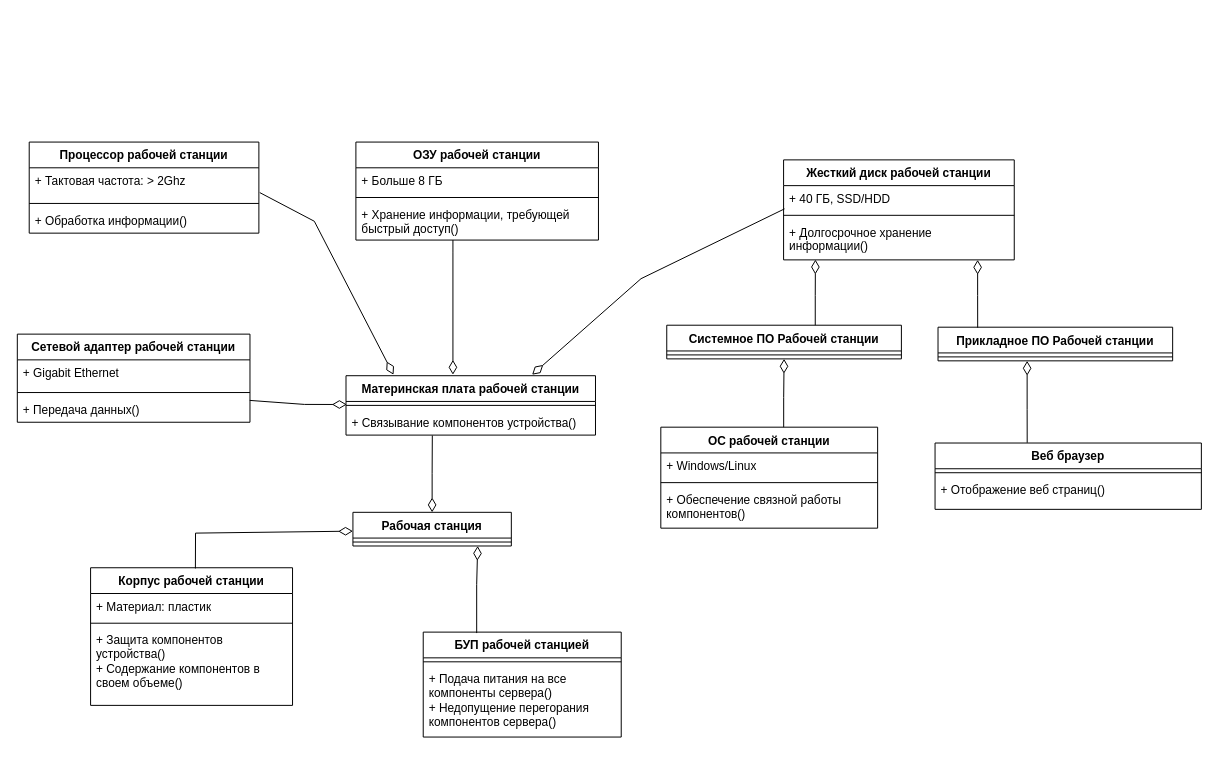
hiff0/db-city-council keeps this draw.io diagram as Определение проекта АИС "Рабочая станция".drawio. Above is the earlier version. Source tidied: cells renumbered, new cells numbered last; positions are measured from the earlier drawing's top-left corner, leaving out a move shared by most shapes. Both pictures are drawn from the tidied source at 99%, with x=0, y=0 at pixel (17, 142).
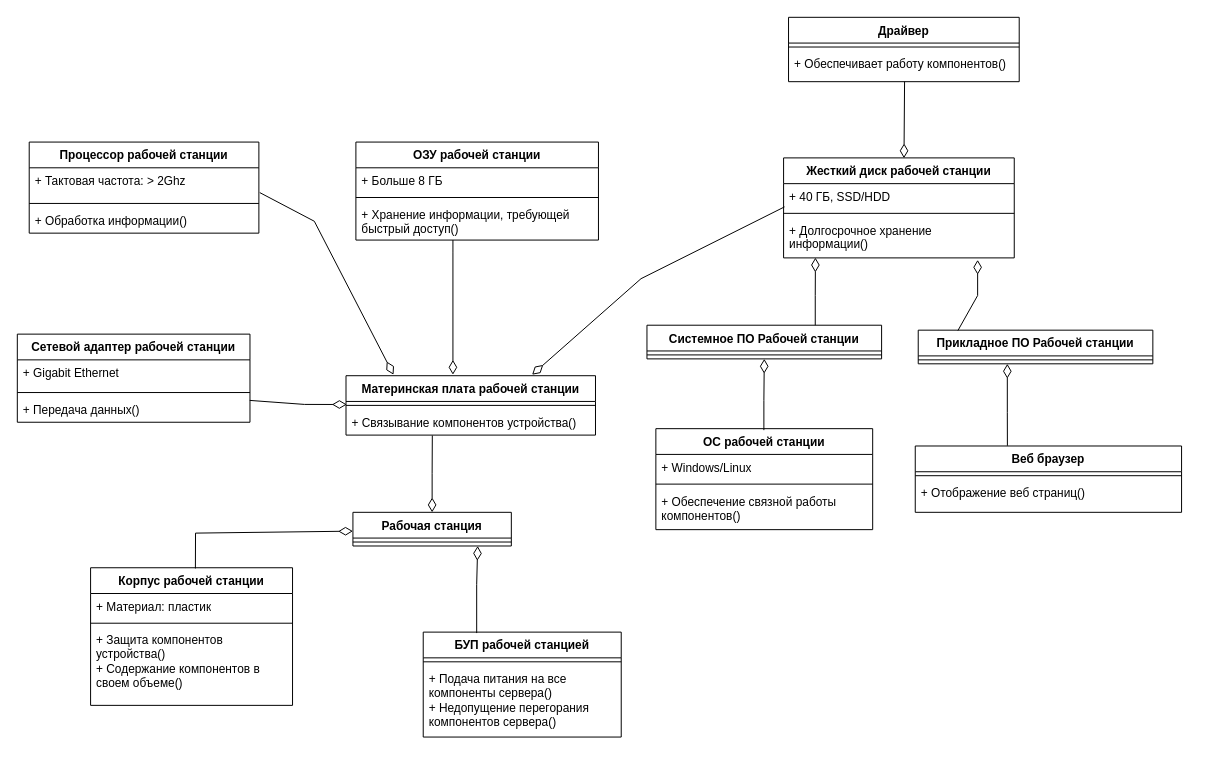
After the change.

What changed in the source:
```diff
@@
     <mxCell id="19" value="Жесткий диск рабочей станции" style="swimlane;fontStyle=1;align=center;verticalAlign=top;horizontal=1;startSize=26;whiteSpace=wrap;html=1;" parent="1" vertex="1">
-      <mxGeometry x="774" y="18" width="233" height="101" as="geometry" />
+      <mxGeometry x="774" y="16" width="233" height="101" as="geometry" />
     </mxCell>
@@
     <mxCell id="27" value="Системное ПО Рабочей станции" style="swimlane;fontStyle=1;align=center;verticalAlign=top;horizontal=1;startSize=26;whiteSpace=wrap;html=1;" parent="1" vertex="1">
-      <mxGeometry x="656" y="185" width="237" height="34" as="geometry" />
+      <mxGeometry x="636" y="185" width="237" height="34" as="geometry" />
     </mxCell>
@@
     <mxCell id="29" value="Прикладное ПО Рабочей станции" style="swimlane;fontStyle=1;align=center;verticalAlign=top;horizontal=1;startSize=26;whiteSpace=wrap;html=1;" parent="1" vertex="1">
-      <mxGeometry x="930" y="187" width="237" height="34" as="geometry" />
+      <mxGeometry x="910" y="190" width="237" height="34" as="geometry" />
     </mxCell>
@@
     <mxCell id="31" value="ОС рабочей станции" style="swimlane;fontStyle=1;align=center;verticalAlign=top;horizontal=1;startSize=26;whiteSpace=wrap;html=1;" parent="1" vertex="1">
-      <mxGeometry x="650" y="288" width="219" height="102" as="geometry" />
+      <mxGeometry x="645" y="289.5" width="219" height="102" as="geometry" />
     </mxCell>
@@
     <mxCell id="35" value="Веб браузер" style="swimlane;fontStyle=1;align=center;verticalAlign=top;horizontal=1;startSize=26;whiteSpace=wrap;html=1;" parent="1" vertex="1">
-      <mxGeometry x="927" y="304" width="269" height="67" as="geometry" />
+      <mxGeometry x="907" y="307" width="269" height="67" as="geometry" />
     </mxCell>
@@
     <mxCell id="46" style="endArrow=diamondThin;endFill=0;endSize=12;html=1;rounded=0;entryX=0.5;entryY=1;entryDx=0;entryDy=0;" parent="1" edge="1" target="27">
       <mxGeometry relative="1" as="geometry">
-        <mxPoint x="774.1" y="288" as="sourcePoint" />
+        <mxPoint x="754.1" y="291" as="sourcePoint" />
         <Array as="points">
-          <mxPoint x="774.1" y="258" />
+          <mxPoint x="754.1" y="261" />
         </Array>
       </mxGeometry>
     </mxCell>
     <mxCell id="47" style="endArrow=diamondThin;endFill=0;endSize=12;html=1;rounded=0;exitX=0.346;exitY=-0.004;exitDx=0;exitDy=0;exitPerimeter=0;" parent="1" edge="1" source="35">
       <mxGeometry relative="1" as="geometry">
-        <mxPoint x="1020" y="221" as="targetPoint" />
+        <mxPoint x="1000" y="224" as="targetPoint" />
         <Array as="points">
-          <mxPoint x="1020" y="270" />
+          <mxPoint x="1000" y="273" />
         </Array>
       </mxGeometry>
     </mxCell>
@@
+    <mxCell id="52" value="Драйвер" style="swimlane;fontStyle=1;align=center;verticalAlign=top;horizontal=1;startSize=26;whiteSpace=wrap;html=1;" parent="1" vertex="1">
+      <mxGeometry x="779" y="-126" width="233" height="65" as="geometry" />
+    </mxCell>
+    <mxCell id="53" style="line;strokeWidth=1;fillColor=none;align=left;verticalAlign=middle;spacingTop=-1;spacingLeft=3;spacingRight=3;labelPosition=right;strokeColor=inherit;" parent="52" vertex="1">
+      <mxGeometry y="26" width="233" height="8" as="geometry" />
+    </mxCell>
+    <mxCell id="54" value="+ Обеспечивает работу компонентов()" style="text;strokeColor=none;fillColor=none;align=left;verticalAlign=top;spacingLeft=4;spacingRight=4;overflow=hidden;points=[[0,0.5],[1,0.5]];portConstraint=eastwest;whiteSpace=wrap;html=1;" parent="52" vertex="1">
+      <mxGeometry y="34" width="233" height="31" as="geometry" />
+    </mxCell>
+    <mxCell id="55" style="endArrow=diamondThin;endFill=0;endSize=12;html=1;rounded=0;exitX=0.503;exitY=0.996;exitDx=0;exitDy=0;exitPerimeter=0;entryX=0.522;entryY=0.003;entryDx=0;entryDy=0;entryPerimeter=0;" parent="1" edge="1" source="54" target="19">
+      <mxGeometry relative="1" as="geometry" />
+    </mxCell>
```
